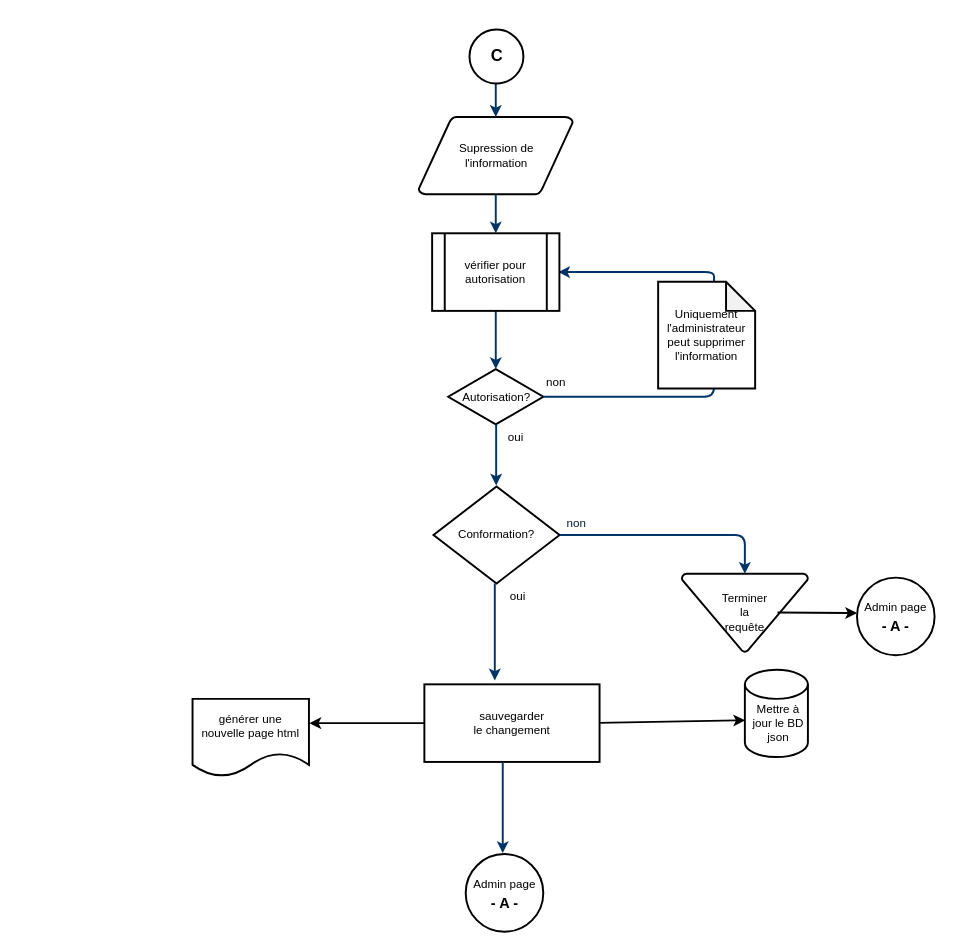
This is document/Suppression de l'information.drawio from robielTes/go_fvaj_faq, a draw.io file, before an edit. Source tidied: cells renumbered, new cells numbered last; positions are measured from the earlier drawing's top-left corner, leaving out a move shared by most shapes. Both pictures are drawn from the tidied source at 97%, with x=0, y=0 at pixel (192, 29).
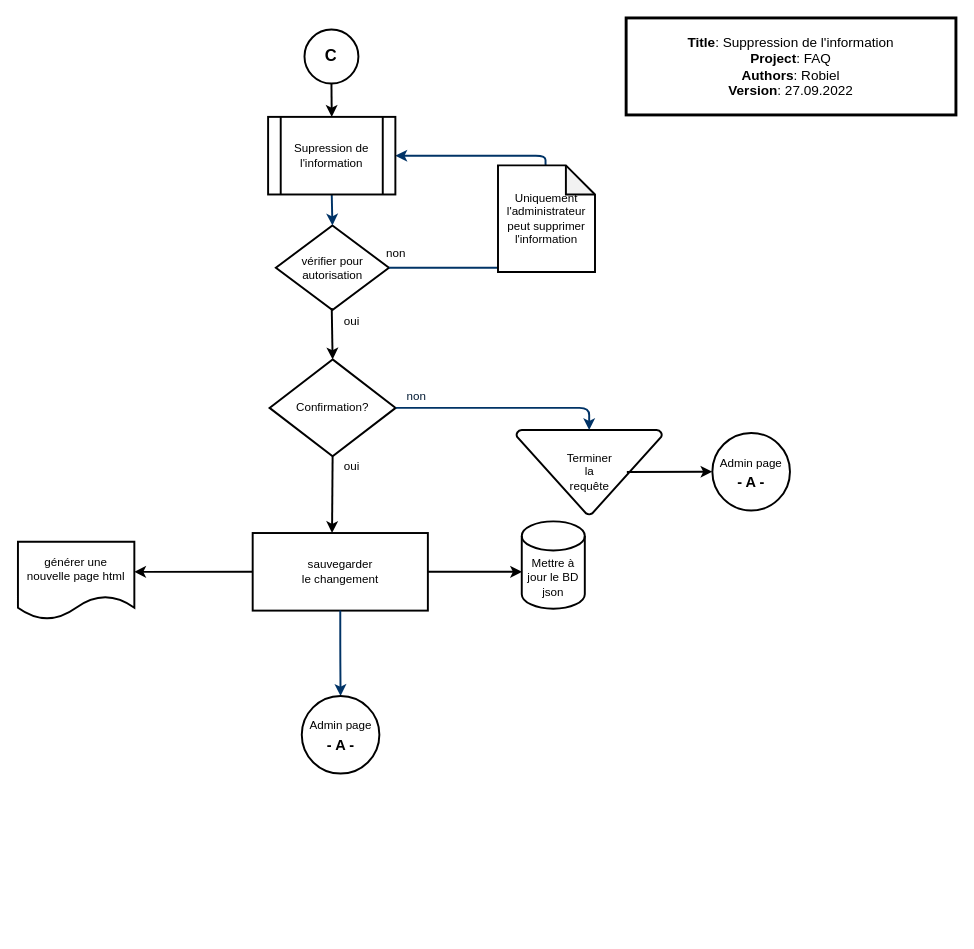
Above is the later version.

Change to the diagram source:
```diff
@@
-    <mxCell id="2" value="Supression de &lt;br&gt;l'information" style="shape=mxgraph.flowchart.data;strokeWidth=2;gradientColor=none;gradientDirection=north;fontStyle=0;html=1;" parent="1" vertex="1">
-      <mxGeometry x="233.1" y="90" width="159" height="80" as="geometry" />
-    </mxCell>
-    <mxCell id="3" value="Autorisation?" style="shape=mxgraph.flowchart.decision;strokeWidth=2;gradientColor=none;gradientDirection=north;fontStyle=0;html=1;" parent="1" vertex="1">
-      <mxGeometry x="263.6" y="350" width="98" height="57" as="geometry" />
+    <mxCell id="3" value="&lt;div style=&quot;&quot;&gt;vérifier pour&lt;/div&gt;&lt;div style=&quot;&quot;&gt;autorisation&lt;/div&gt;" style="shape=mxgraph.flowchart.decision;strokeWidth=2;gradientColor=none;gradientDirection=north;fontStyle=0;html=1;" parent="1" vertex="1">
+      <mxGeometry x="85.9" y="202" width="116.6" height="87" as="geometry" />
     </mxCell>
-    <mxCell id="4" style="fontStyle=1;strokeColor=#003366;strokeWidth=2;html=1;" parent="1" edge="1" target="2">
-      <mxGeometry relative="1" as="geometry">
-        <mxPoint x="312.6" y="50" as="sourcePoint" />
-      </mxGeometry>
-    </mxCell>
-    <mxCell id="5" style="fontStyle=1;strokeColor=#003366;strokeWidth=2;html=1;" parent="1" edge="1" source="2">
-      <mxGeometry relative="1" as="geometry">
-        <mxPoint x="312.6" y="210" as="targetPoint" />
-      </mxGeometry>
-    </mxCell>
-    <mxCell id="6" style="entryX=0.5;entryY=0;entryPerimeter=0;fontStyle=1;strokeColor=#003366;strokeWidth=2;html=1;" parent="1" edge="1" target="3">
-      <mxGeometry relative="1" as="geometry">
-        <mxPoint x="312.6" y="290" as="sourcePoint" />
-      </mxGeometry>
+    <mxCell id="6" style="entryX=0.5;entryY=0;entryPerimeter=0;fontStyle=1;strokeColor=#003366;strokeWidth=2;html=1;exitX=0.5;exitY=1;exitDx=0;exitDy=0;" parent="1" edge="1" source="25" target="3">
+      <mxGeometry relative="1" as="geometry" />
     </mxCell>
     <mxCell id="7" style="edgeStyle=elbowEdgeStyle;elbow=horizontal;entryX=0.5;entryY=0.91;entryPerimeter=0;exitX=1;exitY=0.5;exitPerimeter=0;fontStyle=1;strokeColor=#003366;strokeWidth=2;html=1;" parent="1" edge="1" source="3">
-      <mxGeometry x="703.6" y="18.5" as="geometry">
-        <mxPoint x="542.6" y="333.7" as="targetPoint" />
+      <mxGeometry x="538.5" y="-101.5" as="geometry">
+        <mxPoint x="377.5" y="213.7" as="targetPoint" />
         <Array as="points">
-          <mxPoint x="537.6" y="360" />
+          <mxPoint x="372.5" y="240" />
         </Array>
       </mxGeometry>
     </mxCell>
     <mxCell id="8" value="non" style="text;fontStyle=0;html=1;strokeColor=none;gradientColor=none;fillColor=none;strokeWidth=2;" parent="1" vertex="1">
-      <mxGeometry x="362.6" y="350" width="40" height="26" as="geometry" />
+      <mxGeometry x="197.5" y="217" width="40" height="26" as="geometry" />
     </mxCell>
-    <mxCell id="9" style="edgeStyle=elbowEdgeStyle;elbow=horizontal;fontColor=#001933;fontStyle=1;strokeColor=#003366;strokeWidth=2;html=1;" parent="1" edge="1" source="3">
-      <mxGeometry x="322.6" y="-10" as="geometry">
-        <mxPoint x="312.6" y="470" as="targetPoint" />
-      </mxGeometry>
-    </mxCell>
     <mxCell id="10" value="oui" style="text;fontStyle=0;html=1;strokeColor=none;gradientColor=none;fillColor=none;strokeWidth=2;align=center;" parent="1" vertex="1">
-      <mxGeometry x="312.6" y="407" width="40" height="26" as="geometry" />
+      <mxGeometry x="143.5" y="287" width="40" height="26" as="geometry" />
     </mxCell>
-    <mxCell id="11" value="Conformation?" style="shape=mxgraph.flowchart.decision;strokeWidth=2;gradientColor=none;gradientDirection=north;fontStyle=0;html=1;" parent="1" vertex="1">
-      <mxGeometry x="248.4" y="471" width="130" height="100" as="geometry" />
+    <mxCell id="11" value="Confirmation?" style="shape=mxgraph.flowchart.decision;strokeWidth=2;gradientColor=none;gradientDirection=north;fontStyle=0;html=1;" parent="1" vertex="1">
+      <mxGeometry x="79.4" y="340" width="130" height="100" as="geometry" />
     </mxCell>
     <mxCell id="12" value="Terminer &lt;br&gt;la &lt;br&gt;requête" style="shape=mxgraph.flowchart.merge_or_storage;strokeWidth=2;gradientColor=none;gradientDirection=north;fontStyle=0;html=1;" parent="1" vertex="1">
-      <mxGeometry x="504.4" y="561" width="130" height="80.5" as="geometry" />
+      <mxGeometry x="333.9" y="412.8" width="150" height="87.2" as="geometry" />
     </mxCell>
     <mxCell id="13" style="edgeStyle=elbowEdgeStyle;elbow=vertical;exitX=1;exitY=0.5;exitPerimeter=0;entryX=0.5;entryY=0;entryPerimeter=0;fontStyle=1;strokeColor=#003366;strokeWidth=2;html=1;" parent="1" edge="1" source="11" target="12">
-      <mxGeometry x="74.4" y="-709" as="geometry">
+      <mxGeometry x="-90.6" y="-840" as="geometry">
         <Array as="points">
-          <mxPoint x="484.4" y="521" />
+          <mxPoint x="319.4" y="390" />
         </Array>
       </mxGeometry>
     </mxCell>
     <mxCell id="14" value="non" style="text;fontColor=#001933;fontStyle=0;html=1;strokeColor=none;gradientColor=none;fillColor=none;strokeWidth=2;" parent="1" vertex="1">
-      <mxGeometry x="384.4" y="495" width="40" height="26" as="geometry" />
+      <mxGeometry x="219.4" y="364" width="40" height="26" as="geometry" />
     </mxCell>
-    <mxCell id="15" style="edgeStyle=elbowEdgeStyle;elbow=horizontal;exitX=0.5;exitY=0.09;exitPerimeter=0;entryX=0.905;entryY=0.5;entryPerimeter=0;fontStyle=1;strokeColor=#003366;strokeWidth=2;html=1;" parent="1" edge="1">
-      <mxGeometry x="322.6" y="-10" as="geometry">
-        <mxPoint x="542.6" y="267.3" as="sourcePoint" />
-        <mxPoint x="377" y="250" as="targetPoint" />
+    <mxCell id="15" style="edgeStyle=elbowEdgeStyle;elbow=horizontal;exitX=0.5;exitY=0.09;exitPerimeter=0;fontStyle=1;strokeColor=#003366;strokeWidth=2;html=1;entryX=1;entryY=0.5;entryDx=0;entryDy=0;" parent="1" edge="1" target="25">
+      <mxGeometry x="157.5" y="-130" as="geometry">
+        <mxPoint x="377.5" y="147.3" as="sourcePoint" />
         <Array as="points">
-          <mxPoint x="537.6" y="260" />
+          <mxPoint x="363.9" y="90" />
         </Array>
       </mxGeometry>
     </mxCell>
     <mxCell id="16" value="oui" style="text;fontStyle=0;html=1;strokeColor=none;gradientColor=none;fillColor=none;strokeWidth=2;align=center;" parent="1" vertex="1">
-      <mxGeometry x="314.6" y="571" width="40" height="26" as="geometry" />
+      <mxGeometry x="143.6" y="437" width="40" height="26" as="geometry" />
     </mxCell>
-    <mxCell id="17" style="edgeStyle=elbowEdgeStyle;elbow=vertical;entryX=0.441;entryY=-0.05;fontStyle=1;strokeColor=#003366;strokeWidth=2;html=1;entryDx=0;entryDy=0;entryPerimeter=0;" parent="1" edge="1">
-      <mxGeometry x="325.9" y="-1028" as="geometry">
-        <mxPoint x="311.6" y="571" as="sourcePoint" />
-        <mxPoint x="311.6" y="671" as="targetPoint" />
-      </mxGeometry>
-    </mxCell>
     <mxCell id="18" style="shape=cylinder3;whiteSpace=wrap;html=1;boundedLbl=1;backgroundOutline=1;size=15;strokeWidth=2;" parent="1" vertex="1">
-      <mxGeometry x="569.4" y="660" width="65" height="90" as="geometry" />
+      <mxGeometry x="339.4" y="507" width="65" height="90" as="geometry" />
     </mxCell>
     <mxCell id="19" value="Mettre à jour le BD json" style="text;html=1;strokeColor=none;fillColor=none;align=center;verticalAlign=middle;whiteSpace=wrap;rounded=0;strokeWidth=2;" parent="1" vertex="1">
-      <mxGeometry x="574.4" y="700" width="60" height="30" as="geometry" />
+      <mxGeometry x="341.9" y="550" width="60" height="30" as="geometry" />
     </mxCell>
-    <mxCell id="20" style="endArrow=classic;html=1;rounded=0;entryX=0.004;entryY=0.578;entryDx=0;entryDy=0;entryPerimeter=0;exitX=0.905;exitY=0.5;exitDx=0;exitDy=0;exitPerimeter=0;strokeWidth=2;" parent="1" edge="1" target="18">
-      <mxGeometry relative="1" as="geometry">
-        <mxPoint x="404.2" y="715" as="sourcePoint" />
-      </mxGeometry>
+    <mxCell id="20" style="endArrow=classic;html=1;rounded=0;entryX=0.004;entryY=0.578;entryDx=0;entryDy=0;entryPerimeter=0;exitX=1;exitY=0.5;exitDx=0;exitDy=0;strokeWidth=2;" parent="1" edge="1" source="24" target="18">
+      <mxGeometry relative="1" as="geometry" />
     </mxCell>
-    <mxCell id="21" style="endArrow=classic;html=1;rounded=0;entryX=0.905;entryY=0.5;entryDx=0;entryDy=0;entryPerimeter=0;exitX=0.095;exitY=0.5;exitDx=0;exitDy=0;exitPerimeter=0;strokeWidth=2;" parent="1" edge="1">
-      <mxGeometry relative="1" as="geometry">
-        <mxPoint x="242.6" y="715" as="sourcePoint" />
-        <mxPoint x="120.5" y="715" as="targetPoint" />
-      </mxGeometry>
+    <mxCell id="21" style="endArrow=classic;html=1;rounded=0;strokeWidth=2;exitX=0;exitY=0.5;exitDx=0;exitDy=0;entryX=0.999;entryY=0.388;entryDx=0;entryDy=0;entryPerimeter=0;" parent="1" edge="1" source="24" target="22">
+      <mxGeometry relative="1" as="geometry" />
     </mxCell>
     <mxCell id="22" value="&lt;span style=&quot;&quot;&gt;générer une&lt;/span&gt;&lt;br style=&quot;&quot;&gt;&lt;span style=&quot;&quot;&gt;nouvelle page html&lt;/span&gt;" style="shape=document;whiteSpace=wrap;html=1;boundedLbl=1;strokeWidth=2;" parent="1" vertex="1">
-      <mxGeometry y="690" width="120" height="80" as="geometry" />
+      <mxGeometry x="-180" y="528" width="120" height="80" as="geometry" />
     </mxCell>
     <mxCell id="23" value="&lt;span style=&quot;&quot;&gt;Uniquement l'administrateur&lt;/span&gt;&lt;br style=&quot;&quot;&gt;&lt;span style=&quot;&quot;&gt;peut&amp;nbsp;&lt;/span&gt;&lt;span style=&quot;background-color: initial;&quot;&gt;supprimer&lt;br&gt;&lt;/span&gt;&lt;span style=&quot;&quot;&gt;l'information&lt;/span&gt;" style="shape=note;whiteSpace=wrap;html=1;backgroundOutline=1;darkOpacity=0.05;strokeWidth=2;" parent="1" vertex="1">
-      <mxGeometry x="480" y="260" width="100" height="110" as="geometry" />
+      <mxGeometry x="314.9" y="140" width="100" height="110" as="geometry" />
     </mxCell>
     <mxCell id="24" value="&lt;span style=&quot;&quot;&gt;sauvegarder&lt;/span&gt;&lt;br style=&quot;&quot;&gt;&lt;span style=&quot;&quot;&gt;le changement&lt;/span&gt;" style="rounded=0;whiteSpace=wrap;html=1;strokeWidth=2;" parent="1" vertex="1">
-      <mxGeometry x="239" y="675" width="180.6" height="80" as="geometry" />
+      <mxGeometry x="62" y="519" width="180.6" height="80" as="geometry" />
     </mxCell>
-    <mxCell id="25" value="&lt;div style=&quot;&quot;&gt;vérifier pour&lt;/div&gt;&lt;div style=&quot;&quot;&gt;autorisation&lt;/div&gt;" style="shape=process;whiteSpace=wrap;html=1;backgroundOutline=1;strokeWidth=2;" parent="1" vertex="1">
-      <mxGeometry x="247" y="210" width="131.2" height="80" as="geometry" />
+    <mxCell id="25" value="&lt;div style=&quot;&quot;&gt;&lt;span style=&quot;&quot;&gt;Supression de&lt;/span&gt;&lt;br style=&quot;&quot;&gt;&lt;span style=&quot;&quot;&gt;l'information&lt;/span&gt;&lt;br&gt;&lt;/div&gt;" style="shape=process;whiteSpace=wrap;html=1;backgroundOutline=1;strokeWidth=2;" parent="1" vertex="1">
+      <mxGeometry x="77.9" y="90" width="131.2" height="80" as="geometry" />
     </mxCell>
     <mxCell id="26" value="&lt;b&gt;&lt;font style=&quot;font-size: 17px;&quot;&gt;C&lt;/font&gt;&lt;/b&gt;" style="ellipse;whiteSpace=wrap;html=1;strokeWidth=2;" parent="1" vertex="1">
-      <mxGeometry x="285.5" width="55.6" height="55.6" as="geometry" />
+      <mxGeometry x="115.4" width="55.6" height="55.6" as="geometry" />
     </mxCell>
-    <mxCell id="27" style="edgeStyle=elbowEdgeStyle;elbow=vertical;fontStyle=1;strokeColor=#003366;strokeWidth=2;html=1;" parent="1" edge="1">
-      <mxGeometry x="333.6" y="-1040" as="geometry">
-        <mxPoint x="319.8" y="755" as="sourcePoint" />
-        <mxPoint x="319.8" y="849" as="targetPoint" />
-      </mxGeometry>
+    <mxCell id="27" style="edgeStyle=elbowEdgeStyle;elbow=vertical;fontStyle=1;strokeColor=#003366;strokeWidth=2;html=1;entryX=0.5;entryY=0;entryDx=0;entryDy=0;exitX=0.5;exitY=1;exitDx=0;exitDy=0;" parent="1" edge="1" source="24" target="29">
+      <mxGeometry x="153.6" y="-1196" as="geometry" />
     </mxCell>
-    <mxCell id="28" style="endArrow=classic;html=1;rounded=0;strokeWidth=2;fontSize=17;entryX=0.095;entryY=0.5;entryDx=0;entryDy=0;entryPerimeter=0;exitX=0.759;exitY=0.497;exitDx=0;exitDy=0;exitPerimeter=0;" parent="1" edge="1" source="12">
-      <mxGeometry relative="1" as="geometry">
-        <mxPoint x="685.1" y="601.5" as="targetPoint" />
-      </mxGeometry>
+    <mxCell id="28" style="endArrow=classic;html=1;rounded=0;strokeWidth=2;fontSize=17;entryX=0;entryY=0.5;entryDx=0;entryDy=0;exitX=0.759;exitY=0.497;exitDx=0;exitDy=0;exitPerimeter=0;" parent="1" edge="1" source="12" target="30">
+      <mxGeometry relative="1" as="geometry" />
     </mxCell>
     <mxCell id="29" value="&lt;span style=&quot;font-size: 12px;&quot;&gt;Admin page&lt;/span&gt;&lt;br style=&quot;font-size: 12px;&quot;&gt;&lt;b style=&quot;font-size: 12px;&quot;&gt;&lt;font style=&quot;font-size: 15px;&quot;&gt;- A -&lt;/font&gt;&lt;/b&gt;" style="ellipse;whiteSpace=wrap;html=1;strokeWidth=2;fontSize=17;" parent="1" vertex="1">
-      <mxGeometry x="281.6" y="850" width="80" height="80" as="geometry" />
+      <mxGeometry x="112.6" y="687" width="80" height="80" as="geometry" />
     </mxCell>
     <mxCell id="30" value="&lt;span style=&quot;font-size: 12px;&quot;&gt;Admin page&lt;/span&gt;&lt;br style=&quot;font-size: 12px;&quot;&gt;&lt;b style=&quot;font-size: 12px;&quot;&gt;&lt;font style=&quot;font-size: 15px;&quot;&gt;- A -&lt;/font&gt;&lt;/b&gt;" style="ellipse;whiteSpace=wrap;html=1;strokeWidth=2;fontSize=17;" parent="1" vertex="1">
-      <mxGeometry x="685" y="565" width="80" height="80" as="geometry" />
+      <mxGeometry x="535.9" y="415.8" width="80" height="80" as="geometry" />
     </mxCell>
+    <mxCell id="31" style="endArrow=classic;html=1;rounded=0;entryX=0.5;entryY=0;entryDx=0;entryDy=0;exitX=0.5;exitY=1;exitDx=0;exitDy=0;strokeWidth=2;" parent="1" edge="1" source="26" target="25">
+      <mxGeometry relative="1" as="geometry" />
+    </mxCell>
+    <mxCell id="32" style="endArrow=classic;html=1;rounded=0;strokeWidth=2;exitX=0.5;exitY=1;exitDx=0;exitDy=0;exitPerimeter=0;entryX=0.453;entryY=0;entryDx=0;entryDy=0;entryPerimeter=0;" parent="1" edge="1" source="11" target="24">
+      <mxGeometry relative="1" as="geometry" />
+    </mxCell>
+    <mxCell id="33" style="endArrow=classic;html=1;rounded=0;strokeWidth=2;exitX=0;exitY=0;exitDx=0;exitDy=0;entryX=0.5;entryY=0;entryDx=0;entryDy=0;entryPerimeter=0;" parent="1" edge="1" source="10" target="11">
+      <mxGeometry relative="1" as="geometry" />
+    </mxCell>
+    <mxCell id="34" value="&lt;font style=&quot;font-size: 14px;&quot;&gt;&lt;b&gt;Title&lt;/b&gt;: Suppression de l'information&lt;br&gt;&lt;b&gt;Project&lt;/b&gt;: FAQ&lt;br&gt;&lt;b&gt;Authors&lt;/b&gt;: Robiel&lt;br&gt;&lt;b&gt;Version&lt;/b&gt;: 27.09.2022&lt;/font&gt;" style="rounded=0;whiteSpace=wrap;html=1;strokeWidth=3;" parent="1" vertex="1">
+      <mxGeometry x="447" y="-12" width="340" height="100" as="geometry" />
+    </mxCell>
```
